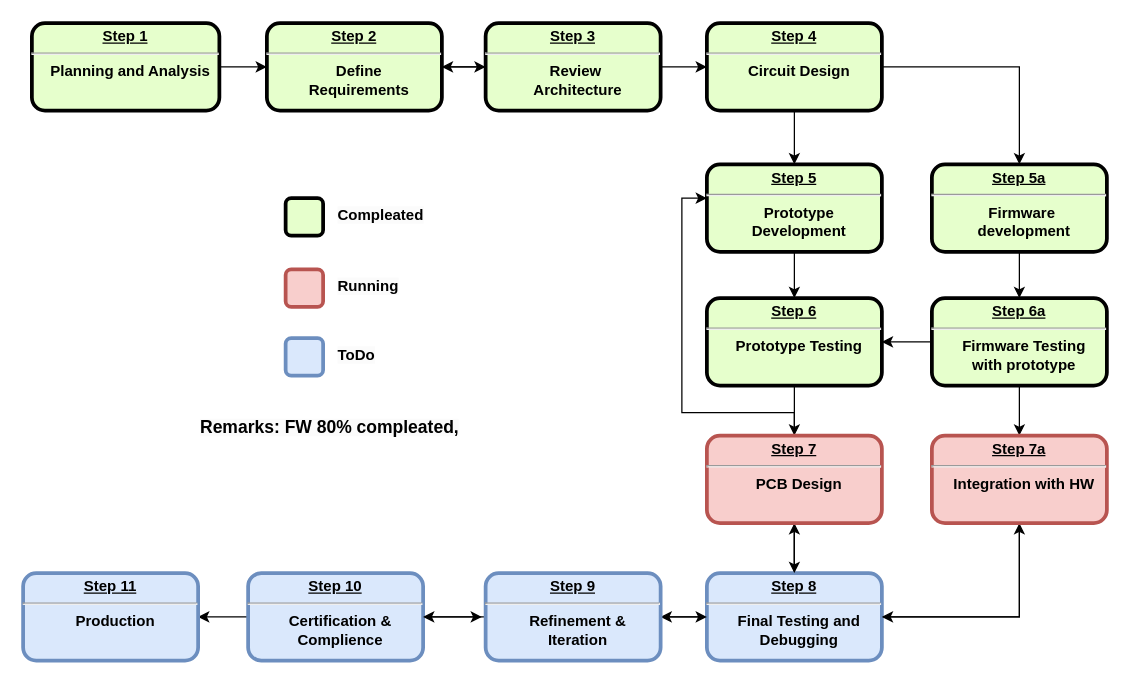
This is ups-gantt.drawio from j9hasan/learning-git, a draw.io file, before an edit. Source tidied: cells renumbered, new cells numbered last; positions are measured from the earlier drawing's top-left corner, leaving out a move shared by most shapes. Both pictures are drawn from the tidied source at 125%, with x=0, y=0 at pixel (22, 22).
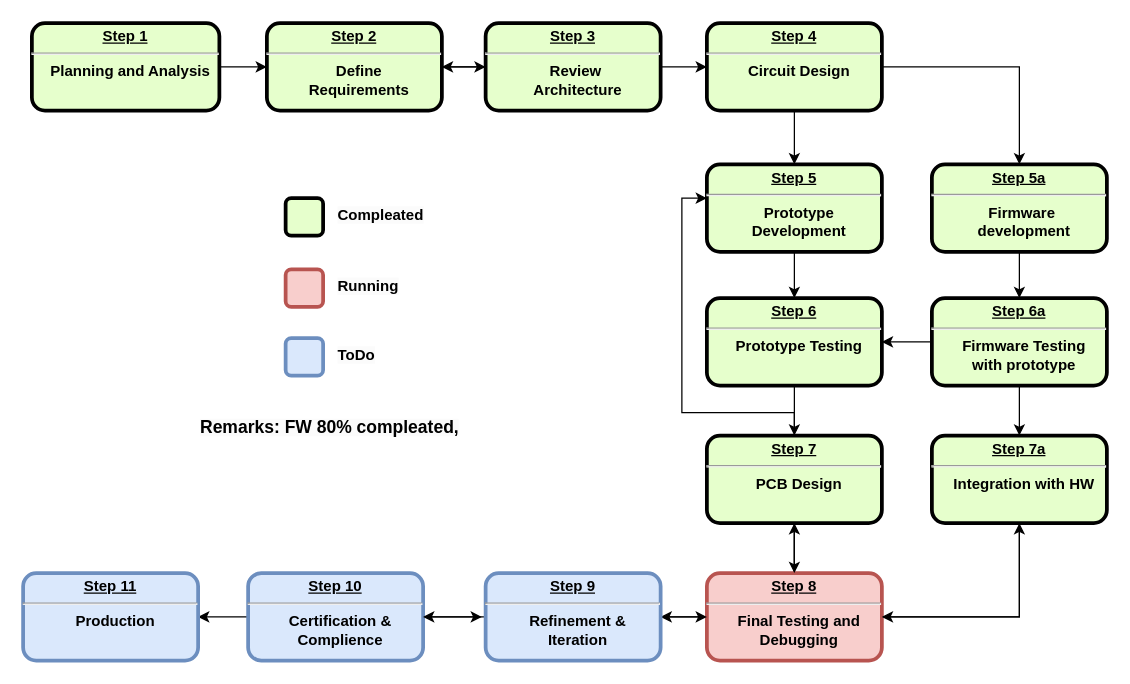
After the change.

Commit message:
ups-current-status-02132025

Diff of the diagram source:
```diff
@@
-    <mxCell id="13" value="&lt;p style=&quot;margin: 0px; margin-top: 4px; text-align: center; text-decoration: underline;&quot;&gt;&lt;strong&gt;Step 8&lt;/strong&gt;&lt;/p&gt;&lt;hr&gt;&lt;p style=&quot;margin: 0px; margin-left: 8px;&quot;&gt;&lt;span style=&quot;background-color: initial;&quot;&gt;Final&amp;nbsp;&lt;/span&gt;&lt;span style=&quot;background-color: initial;&quot;&gt;Testing and&lt;/span&gt;&lt;/p&gt;&lt;p style=&quot;margin: 0px; margin-left: 8px;&quot;&gt;&lt;span style=&quot;background-color: initial;&quot;&gt;Debugging&lt;/span&gt;&lt;/p&gt;" style="verticalAlign=middle;align=center;overflow=fill;fontSize=12;fontFamily=Helvetica;html=1;rounded=1;fontStyle=1;strokeWidth=3;fillColor=#dae8fc;strokeColor=#6c8ebf;" parent="1" vertex="1">
+    <mxCell id="13" value="&lt;p style=&quot;margin: 0px; margin-top: 4px; text-align: center; text-decoration: underline;&quot;&gt;&lt;strong&gt;Step 8&lt;/strong&gt;&lt;/p&gt;&lt;hr&gt;&lt;p style=&quot;margin: 0px; margin-left: 8px;&quot;&gt;&lt;span style=&quot;background-color: initial;&quot;&gt;Final&amp;nbsp;&lt;/span&gt;&lt;span style=&quot;background-color: initial;&quot;&gt;Testing and&lt;/span&gt;&lt;/p&gt;&lt;p style=&quot;margin: 0px; margin-left: 8px;&quot;&gt;&lt;span style=&quot;background-color: initial;&quot;&gt;Debugging&lt;/span&gt;&lt;/p&gt;" style="verticalAlign=middle;align=center;overflow=fill;fontSize=12;fontFamily=Helvetica;html=1;rounded=1;fontStyle=1;strokeWidth=3;fillColor=#f8cecc;strokeColor=#b85450;" parent="1" vertex="1">
       <mxGeometry x="547" y="440" width="140" height="70" as="geometry" />
     </mxCell>
@@
-    <mxCell id="37" value="&lt;p style=&quot;margin: 0px; margin-top: 4px; text-align: center; text-decoration: underline;&quot;&gt;&lt;strong&gt;Step 7&lt;/strong&gt;&lt;/p&gt;&lt;hr&gt;&lt;p style=&quot;margin: 0px; margin-left: 8px;&quot;&gt;PCB Design&lt;/p&gt;" style="verticalAlign=middle;align=center;overflow=fill;fontSize=12;fontFamily=Helvetica;html=1;rounded=1;fontStyle=1;strokeWidth=3;fillColor=#f8cecc;strokeColor=#b85450;" parent="1" vertex="1">
+    <mxCell id="37" value="&lt;p style=&quot;margin: 0px; margin-top: 4px; text-align: center; text-decoration: underline;&quot;&gt;&lt;strong&gt;Step 7&lt;/strong&gt;&lt;/p&gt;&lt;hr&gt;&lt;p style=&quot;margin: 0px; margin-left: 8px;&quot;&gt;PCB Design&lt;/p&gt;" style="verticalAlign=middle;align=center;overflow=fill;fontSize=12;fontFamily=Helvetica;html=1;rounded=1;fontStyle=1;strokeWidth=3;fillColor=#E6FFCC;strokeColor=default;" parent="1" vertex="1">
       <mxGeometry x="547" y="330" width="140" height="70" as="geometry" />
     </mxCell>
@@
-    <mxCell id="42" value="&lt;p style=&quot;margin: 0px; margin-top: 4px; text-align: center; text-decoration: underline;&quot;&gt;&lt;strong&gt;Step 7a&lt;/strong&gt;&lt;/p&gt;&lt;hr&gt;&lt;p style=&quot;margin: 0px; margin-left: 8px;&quot;&gt;Integration with HW&lt;/p&gt;" style="verticalAlign=middle;align=center;overflow=fill;fontSize=12;fontFamily=Helvetica;html=1;rounded=1;fontStyle=1;strokeWidth=3;fillColor=#f8cecc;strokeColor=#b85450;" parent="1" vertex="1">
+    <mxCell id="42" value="&lt;p style=&quot;margin: 0px; margin-top: 4px; text-align: center; text-decoration: underline;&quot;&gt;&lt;strong&gt;Step 7a&lt;/strong&gt;&lt;/p&gt;&lt;hr&gt;&lt;p style=&quot;margin: 0px; margin-left: 8px;&quot;&gt;Integration with HW&lt;/p&gt;" style="verticalAlign=middle;align=center;overflow=fill;fontSize=12;fontFamily=Helvetica;html=1;rounded=1;fontStyle=1;strokeWidth=3;fillColor=#E6FFCC;strokeColor=default;" parent="1" vertex="1">
       <mxGeometry x="727" y="330" width="140" height="70" as="geometry" />
     </mxCell>
```
